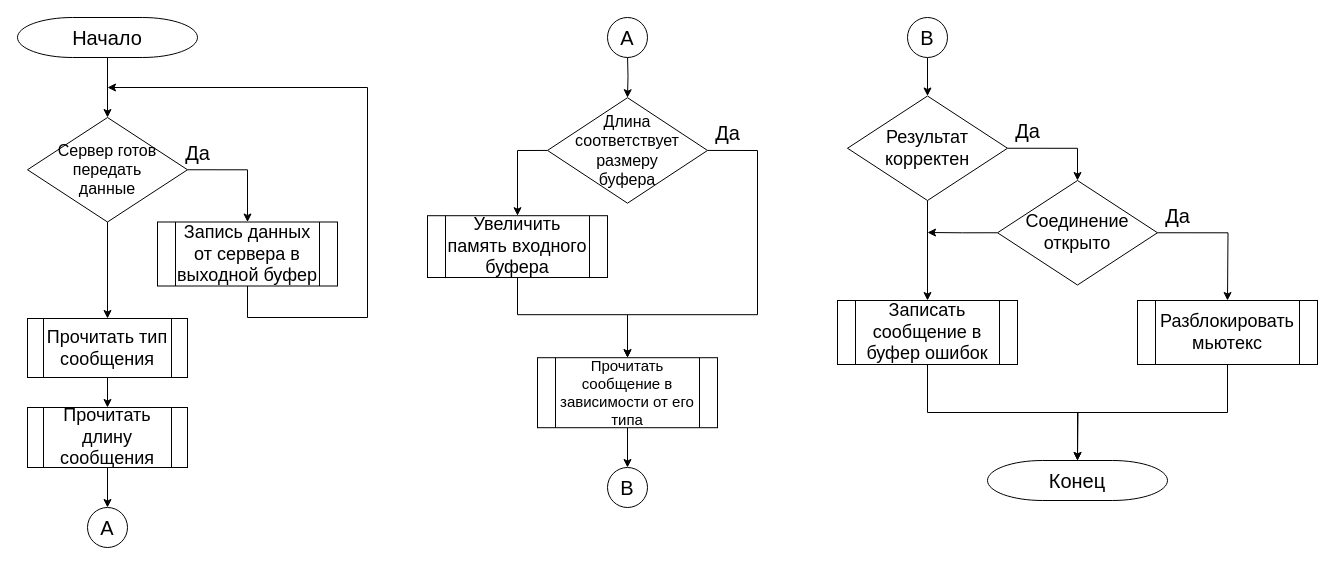
This is Диаграммы/Recieve1.drawio from platosha-git/Diplom-theory, a draw.io file, before an edit. Source tidied: cells renumbered, new cells numbered last; positions are measured from the earlier drawing's top-left corner, leaving out a move shared by most shapes. Both pictures are drawn from the tidied source at 100%, with x=0, y=0 at pixel (17, 17).
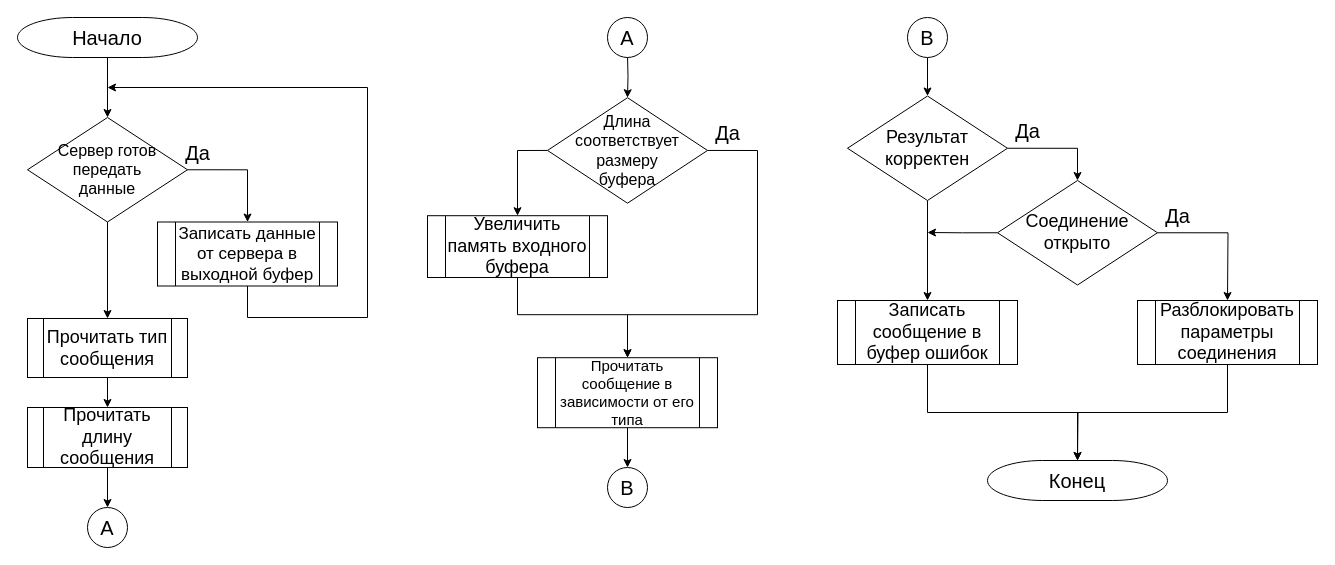
After the change.

Change to the diagram source:
```diff
@@
-    <mxCell id="9" value="&lt;font style=&quot;font-size: 18px&quot;&gt;Запись данных от сервера в выходной буфер&lt;/font&gt;" style="shape=process;whiteSpace=wrap;html=1;backgroundOutline=1;" parent="1" vertex="1">
+    <mxCell id="9" value="&lt;font style=&quot;font-size: 17px&quot;&gt;Записать данные от сервера в выходной буфер&lt;/font&gt;" style="shape=process;whiteSpace=wrap;html=1;backgroundOutline=1;" parent="1" vertex="1">
       <mxGeometry x="140" y="204.5" width="180" height="64" as="geometry" />
     </mxCell>
@@
-    <mxCell id="35" value="&lt;font style=&quot;font-size: 18px&quot;&gt;Разблокировать мьютекс&lt;/font&gt;" style="shape=process;whiteSpace=wrap;html=1;backgroundOutline=1;" parent="1" vertex="1">
+    <mxCell id="35" value="&lt;font style=&quot;font-size: 18px&quot;&gt;Разблокировать параметры соединения&lt;/font&gt;" style="shape=process;whiteSpace=wrap;html=1;backgroundOutline=1;" parent="1" vertex="1">
       <mxGeometry x="1120" y="283" width="180" height="64" as="geometry" />
     </mxCell>
```
